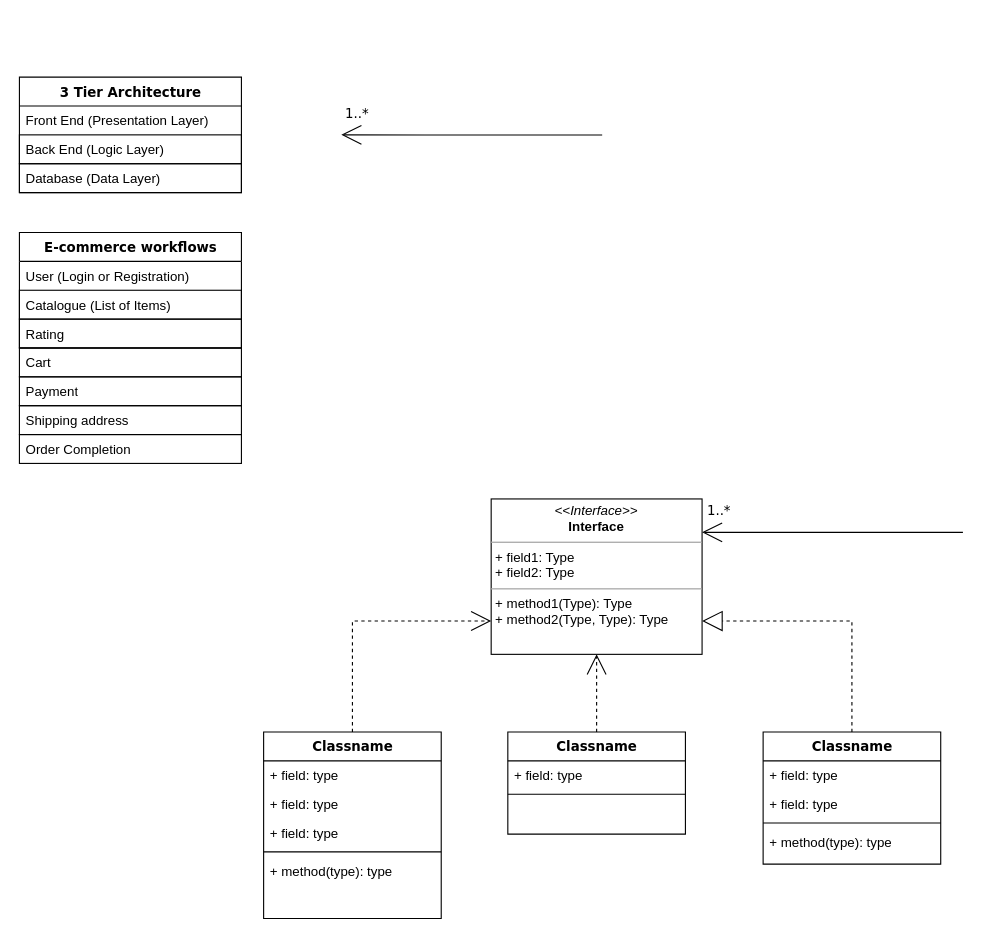
This is Untitled Diagram.drawio from karthi770/Java_app, a draw.io file, before an edit. Source tidied: cells renumbered, new cells numbered last; positions are measured from the earlier drawing's top-left corner, leaving out a move shared by most shapes. Both pictures are drawn from the tidied source at 111%, with x=0, y=0 at pixel (19, 77).
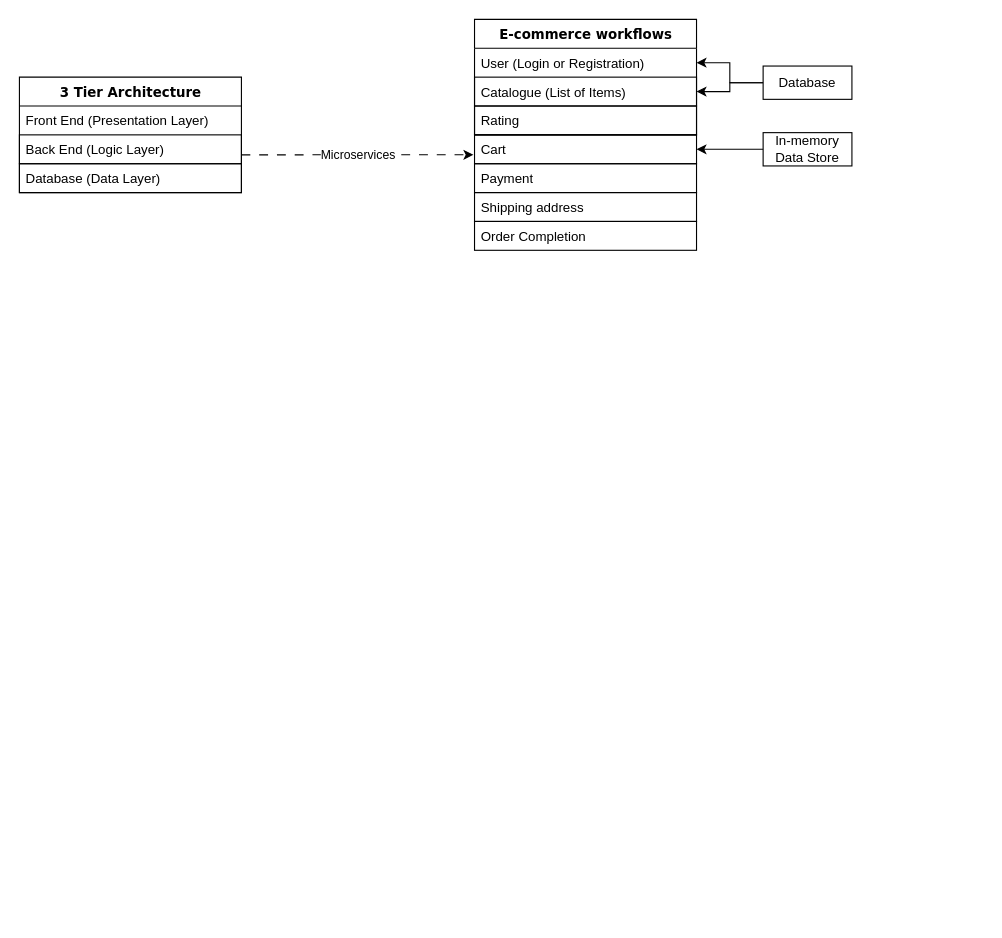
Above is the later version.

Unchanged cells that the change refers to:
```xml
<mxCell id="29" value="User (Login or Registration) &lt;span style=&quot;white-space: pre;&quot;&gt;&#9;&lt;/span&gt;" style="text;html=1;strokeColor=none;fillColor=none;align=left;verticalAlign=top;spacingLeft=4;spacingRight=4;whiteSpace=wrap;overflow=hidden;points=[[0,0.5],[1,0.5]];portConstraint=eastwest;" parent="28" vertex="1">
  <mxGeometry y="26" width="200" height="26" as="geometry" />
</mxCell>
<mxCell id="30" value="Catalogue (List of Items)" style="text;html=1;strokeColor=default;fillColor=none;align=left;verticalAlign=top;spacingLeft=4;spacingRight=4;whiteSpace=wrap;overflow=hidden;points=[[0,0.5],[1,0.5]];portConstraint=eastwest;" parent="28" vertex="1">
  <mxGeometry y="52" width="200" height="26" as="geometry" />
</mxCell>
```

Change to the diagram source:
```diff
@@
-    <mxCell id="2" style="edgeStyle=orthogonalEdgeStyle;rounded=0;html=1;dashed=1;labelBackgroundColor=none;startArrow=none;startFill=0;startSize=8;endArrow=open;endFill=0;endSize=16;fontFamily=Verdana;fontSize=12;" parent="1" edge="1" source="3" target="25">
-      <mxGeometry relative="1" as="geometry">
-        <Array as="points">
-          <mxPoint x="300" y="490" />
-        </Array>
-      </mxGeometry>
-    </mxCell>
-    <mxCell id="3" value="Classname" style="swimlane;html=1;fontStyle=1;align=center;verticalAlign=top;horizontal=1;startSize=26;swimlaneFillColor=#ffffff;rounded=0;shadow=0;comic=0;labelBackgroundColor=none;strokeWidth=1;fillColor=none;fontFamily=Verdana;fontSize=12;" parent="1" vertex="1">
-      <mxGeometry x="220" y="590" width="160" height="168" as="geometry" />
-    </mxCell>
-    <mxCell id="4" value="+ field: type" style="text;html=1;strokeColor=none;fillColor=none;align=left;verticalAlign=top;spacingLeft=4;spacingRight=4;whiteSpace=wrap;overflow=hidden;" parent="3" vertex="1">
-      <mxGeometry y="26" width="160" height="26" as="geometry" />
-    </mxCell>
-    <mxCell id="5" value="+ field: type" style="text;html=1;strokeColor=none;fillColor=none;align=left;verticalAlign=top;spacingLeft=4;spacingRight=4;whiteSpace=wrap;overflow=hidden;" parent="3" vertex="1">
-      <mxGeometry y="52" width="160" height="26" as="geometry" />
-    </mxCell>
-    <mxCell id="6" value="+ field: type" style="text;html=1;strokeColor=none;fillColor=none;align=left;verticalAlign=top;spacingLeft=4;spacingRight=4;whiteSpace=wrap;overflow=hidden;" parent="3" vertex="1">
-      <mxGeometry y="78" width="160" height="26" as="geometry" />
-    </mxCell>
-    <mxCell id="7" style="line;html=1;strokeWidth=1;fillColor=none;align=left;verticalAlign=middle;spacingTop=-1;spacingLeft=3;spacingRight=3;labelPosition=right;" parent="3" vertex="1">
-      <mxGeometry y="104" width="160" height="8" as="geometry" />
-    </mxCell>
-    <mxCell id="8" value="+ method(type): type" style="text;html=1;strokeColor=none;fillColor=none;align=left;verticalAlign=top;spacingLeft=4;spacingRight=4;whiteSpace=wrap;overflow=hidden;" parent="3" vertex="1">
-      <mxGeometry y="112" width="160" height="26" as="geometry" />
-    </mxCell>
@@
-    <mxCell id="13" style="edgeStyle=orthogonalEdgeStyle;rounded=0;html=1;labelBackgroundColor=none;startArrow=none;startFill=0;startSize=8;endArrow=open;endFill=0;endSize=16;fontFamily=Verdana;fontSize=12;" parent="1" edge="1" target="25">
-      <mxGeometry relative="1" as="geometry">
-        <mxPoint x="850" y="410.1" as="sourcePoint" />
-        <Array as="points">
-          <mxPoint x="690" y="410" />
-          <mxPoint x="690" y="410" />
-        </Array>
-      </mxGeometry>
-    </mxCell>
-    <mxCell id="14" value="1..*" style="text;html=1;align=center;verticalAlign=middle;labelBackgroundColor=#ffffff;fontSize=12;fontFamily=Verdana;" parent="13" vertex="1">
-      <mxGeometry x="0.86" y="2" relative="1" as="geometry">
-        <mxPoint x="-2" y="-22" as="offset" />
-      </mxGeometry>
-    </mxCell>
-    <mxCell id="15" style="edgeStyle=orthogonalEdgeStyle;rounded=0;html=1;dashed=1;labelBackgroundColor=none;startArrow=none;startFill=0;startSize=8;endArrow=open;endFill=0;endSize=16;fontFamily=Verdana;fontSize=12;" parent="1" edge="1" source="16" target="25">
-      <mxGeometry relative="1" as="geometry" />
-    </mxCell>
-    <mxCell id="16" value="Classname" style="swimlane;html=1;fontStyle=1;align=center;verticalAlign=top;horizontal=1;startSize=26;swimlaneFillColor=#ffffff;rounded=0;shadow=0;comic=0;labelBackgroundColor=none;strokeWidth=1;fillColor=none;fontFamily=Verdana;fontSize=12;" parent="1" vertex="1">
-      <mxGeometry x="440" y="590" width="160" height="92" as="geometry" />
-    </mxCell>
-    <mxCell id="17" value="+ field: type" style="text;html=1;strokeColor=none;fillColor=none;align=left;verticalAlign=top;spacingLeft=4;spacingRight=4;whiteSpace=wrap;overflow=hidden;" parent="16" vertex="1">
-      <mxGeometry y="26" width="160" height="26" as="geometry" />
-    </mxCell>
-    <mxCell id="18" style="line;html=1;strokeWidth=1;fillColor=none;align=left;verticalAlign=middle;spacingTop=-1;spacingLeft=3;spacingRight=3;labelPosition=right;" parent="16" vertex="1">
-      <mxGeometry y="52" width="160" height="8" as="geometry" />
-    </mxCell>
-    <mxCell id="19" style="edgeStyle=orthogonalEdgeStyle;rounded=0;html=1;dashed=1;labelBackgroundColor=none;startArrow=none;startFill=0;startSize=8;endArrow=block;endFill=0;endSize=16;fontFamily=Verdana;fontSize=12;" parent="1" edge="1" source="20" target="25">
-      <mxGeometry relative="1" as="geometry">
-        <Array as="points">
-          <mxPoint x="750" y="490" />
-        </Array>
-      </mxGeometry>
-    </mxCell>
-    <mxCell id="20" value="Classname" style="swimlane;html=1;fontStyle=1;align=center;verticalAlign=top;horizontal=1;startSize=26;swimlaneFillColor=#ffffff;rounded=0;shadow=0;comic=0;labelBackgroundColor=none;strokeWidth=1;fillColor=none;fontFamily=Verdana;fontSize=12;" parent="1" vertex="1">
-      <mxGeometry x="670" y="590" width="160" height="119" as="geometry" />
-    </mxCell>
-    <mxCell id="21" value="+ field: type" style="text;html=1;strokeColor=none;fillColor=none;align=left;verticalAlign=top;spacingLeft=4;spacingRight=4;whiteSpace=wrap;overflow=hidden;" parent="20" vertex="1">
-      <mxGeometry y="26" width="160" height="26" as="geometry" />
-    </mxCell>
-    <mxCell id="22" value="+ field: type" style="text;html=1;strokeColor=none;fillColor=none;align=left;verticalAlign=top;spacingLeft=4;spacingRight=4;whiteSpace=wrap;overflow=hidden;" parent="20" vertex="1">
-      <mxGeometry y="52" width="160" height="26" as="geometry" />
-    </mxCell>
-    <mxCell id="23" style="line;html=1;strokeWidth=1;fillColor=none;align=left;verticalAlign=middle;spacingTop=-1;spacingLeft=3;spacingRight=3;labelPosition=right;" parent="20" vertex="1">
-      <mxGeometry y="78" width="160" height="8" as="geometry" />
-    </mxCell>
-    <mxCell id="24" value="+ method(type): type" style="text;html=1;strokeColor=none;fillColor=none;align=left;verticalAlign=top;spacingLeft=4;spacingRight=4;whiteSpace=wrap;overflow=hidden;" parent="20" vertex="1">
-      <mxGeometry y="86" width="160" height="26" as="geometry" />
-    </mxCell>
-    <mxCell id="25" value="&lt;p style=&quot;margin:0px;margin-top:4px;text-align:center;&quot;&gt;&lt;i&gt;&amp;lt;&amp;lt;Interface&amp;gt;&amp;gt;&lt;/i&gt;&lt;br/&gt;&lt;b&gt;Interface&lt;/b&gt;&lt;/p&gt;&lt;hr size=&quot;1&quot;/&gt;&lt;p style=&quot;margin:0px;margin-left:4px;&quot;&gt;+ field1: Type&lt;br/&gt;+ field2: Type&lt;/p&gt;&lt;hr size=&quot;1&quot;/&gt;&lt;p style=&quot;margin:0px;margin-left:4px;&quot;&gt;+ method1(Type): Type&lt;br/&gt;+ method2(Type, Type): Type&lt;/p&gt;" style="verticalAlign=top;align=left;overflow=fill;fontSize=12;fontFamily=Helvetica;html=1;rounded=0;shadow=0;comic=0;labelBackgroundColor=none;strokeWidth=1;" parent="1" vertex="1">
-      <mxGeometry x="425" y="380" width="190" height="140" as="geometry" />
-    </mxCell>
-    <mxCell id="26" style="edgeStyle=orthogonalEdgeStyle;rounded=0;html=1;labelBackgroundColor=none;startArrow=none;startFill=0;startSize=8;endArrow=open;endFill=0;endSize=16;fontFamily=Verdana;fontSize=12;" parent="1" edge="1">
-      <mxGeometry relative="1" as="geometry">
-        <mxPoint x="525" y="52.1" as="sourcePoint" />
-        <mxPoint x="290" y="52" as="targetPoint" />
-        <Array as="points">
-          <mxPoint x="365" y="52" />
-          <mxPoint x="365" y="52" />
-        </Array>
-      </mxGeometry>
-    </mxCell>
-    <mxCell id="27" value="1..*" style="text;html=1;align=center;verticalAlign=middle;labelBackgroundColor=#ffffff;fontSize=12;fontFamily=Verdana;" parent="26" vertex="1">
-      <mxGeometry x="0.86" y="2" relative="1" as="geometry">
-        <mxPoint x="-2" y="-22" as="offset" />
-      </mxGeometry>
-    </mxCell>
+    <mxCell id="36" style="group;fillColor=default;" parent="1" vertex="1">
+      <mxGeometry x="410" y="-52" width="200" height="208" as="geometry" />
+    </mxCell>
-    <mxCell id="28" value="E-commerce workflows " style="swimlane;html=1;fontStyle=1;align=center;verticalAlign=top;horizontal=1;startSize=26;swimlaneFillColor=#ffffff;rounded=0;shadow=0;comic=0;labelBackgroundColor=none;strokeWidth=1;fillColor=none;fontFamily=Verdana;fontSize=12;" parent="1" vertex="1">
-      <mxGeometry y="140" width="200" height="104" as="geometry" />
+    <mxCell id="28" value="E-commerce workflows " style="swimlane;html=1;fontStyle=1;align=center;verticalAlign=top;horizontal=1;startSize=26;swimlaneFillColor=#ffffff;rounded=0;shadow=0;comic=0;labelBackgroundColor=none;strokeWidth=1;fillColor=none;fontFamily=Verdana;fontSize=12;" parent="36" vertex="1">
+      <mxGeometry width="200" height="104" as="geometry" />
     </mxCell>
@@
-    <mxCell id="32" value="Cart" style="text;html=1;strokeColor=default;fillColor=none;align=left;verticalAlign=top;spacingLeft=4;spacingRight=4;whiteSpace=wrap;overflow=hidden;points=[[0,0.5],[1,0.5]];portConstraint=eastwest;" parent="1" vertex="1">
-      <mxGeometry y="244" width="200" height="26" as="geometry" />
+    <mxCell id="32" value="Cart" style="text;html=1;strokeColor=default;fillColor=none;align=left;verticalAlign=top;spacingLeft=4;spacingRight=4;whiteSpace=wrap;overflow=hidden;points=[[0,0.5],[1,0.5]];portConstraint=eastwest;" parent="36" vertex="1">
+      <mxGeometry y="104" width="200" height="26" as="geometry" />
     </mxCell>
-    <mxCell id="33" value="Payment" style="text;html=1;strokeColor=default;fillColor=none;align=left;verticalAlign=top;spacingLeft=4;spacingRight=4;whiteSpace=wrap;overflow=hidden;" parent="1" vertex="1">
-      <mxGeometry y="270" width="200" height="26" as="geometry" />
+    <mxCell id="33" value="Payment" style="text;html=1;strokeColor=default;fillColor=none;align=left;verticalAlign=top;spacingLeft=4;spacingRight=4;whiteSpace=wrap;overflow=hidden;" parent="36" vertex="1">
+      <mxGeometry y="130" width="200" height="26" as="geometry" />
     </mxCell>
-    <mxCell id="34" value="Shipping address" style="text;html=1;strokeColor=default;fillColor=none;align=left;verticalAlign=top;spacingLeft=4;spacingRight=4;whiteSpace=wrap;overflow=hidden;" parent="1" vertex="1">
-      <mxGeometry y="296" width="200" height="26" as="geometry" />
+    <mxCell id="34" value="Shipping address" style="text;html=1;strokeColor=default;fillColor=none;align=left;verticalAlign=top;spacingLeft=4;spacingRight=4;whiteSpace=wrap;overflow=hidden;" parent="36" vertex="1">
+      <mxGeometry y="156" width="200" height="26" as="geometry" />
     </mxCell>
-    <mxCell id="35" value="Order Completion" style="text;html=1;strokeColor=default;fillColor=none;align=left;verticalAlign=top;spacingLeft=4;spacingRight=4;whiteSpace=wrap;overflow=hidden;" parent="1" vertex="1">
-      <mxGeometry y="322" width="200" height="26" as="geometry" />
+    <mxCell id="35" value="Order Completion" style="text;html=1;strokeColor=default;fillColor=none;align=left;verticalAlign=top;spacingLeft=4;spacingRight=4;whiteSpace=wrap;overflow=hidden;" parent="36" vertex="1">
+      <mxGeometry y="182" width="200" height="26" as="geometry" />
     </mxCell>
+    <mxCell id="37" style="endArrow=classic;html=1;rounded=0;entryX=-0.005;entryY=0.689;entryDx=0;entryDy=0;entryPerimeter=0;dashed=1;dashPattern=8 8;" parent="1" edge="1" target="32">
+      <mxGeometry relative="1" as="geometry">
+        <mxPoint x="200" y="70" as="sourcePoint" />
+      </mxGeometry>
+    </mxCell>
+    <mxCell id="38" value="Microservices" style="edgeLabel;html=1;align=center;verticalAlign=middle;" parent="37" vertex="1">
+      <mxGeometry relative="1" as="geometry" />
+    </mxCell>
+    <mxCell id="39" style="edgeStyle=orthogonalEdgeStyle;rounded=0;jettySize=auto;html=1;exitX=0;exitY=0.5;exitDx=0;exitDy=0;entryX=1;entryY=0.5;entryDx=0;entryDy=0;" parent="1" edge="1" source="40" target="29">
+      <mxGeometry relative="1" as="geometry" />
+    </mxCell>
+    <mxCell id="40" value="Database " style="rounded=0;whiteSpace=wrap;html=1;" parent="1" vertex="1">
+      <mxGeometry x="670" y="-10" width="80" height="30" as="geometry" />
+    </mxCell>
+    <mxCell id="41" value="In-memory Data Store" style="rounded=0;whiteSpace=wrap;html=1;" parent="1" vertex="1">
+      <mxGeometry x="670" y="50" width="80" height="30" as="geometry" />
+    </mxCell>
+    <mxCell id="42" style="endArrow=classic;html=1;rounded=0;exitX=0;exitY=0.5;exitDx=0;exitDy=0;entryX=1;entryY=0.5;entryDx=0;entryDy=0;" parent="1" edge="1" source="41" target="32">
+      <mxGeometry relative="1" as="geometry" />
+    </mxCell>
+    <mxCell id="43" style="edgeStyle=orthogonalEdgeStyle;rounded=0;jettySize=auto;html=1;exitX=0;exitY=0.5;exitDx=0;exitDy=0;entryX=1;entryY=0.5;entryDx=0;entryDy=0;" parent="1" edge="1" source="40" target="30">
+      <mxGeometry relative="1" as="geometry">
+        <Array as="points">
+          <mxPoint x="640" y="5" />
+          <mxPoint x="640" y="13" />
+        </Array>
+      </mxGeometry>
+    </mxCell>
```
